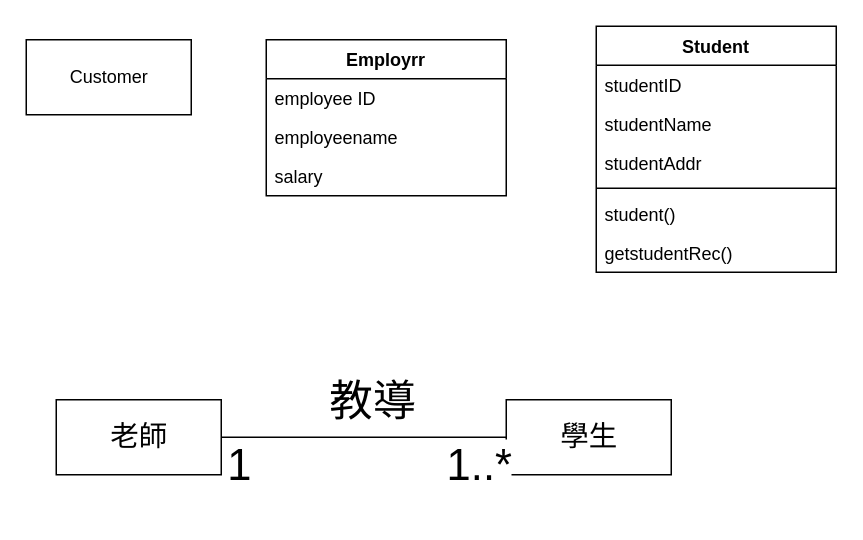
Above: a.drawio in 110111218/111-2QZ1 (draw.io), before the change. Source tidied: cells renumbered, new cells numbered last; positions are measured from the earlier drawing's top-left corner, leaving out a move shared by most shapes. Both pictures are drawn from the tidied source at 150%, with x=0, y=0 at pixel (26, 26).
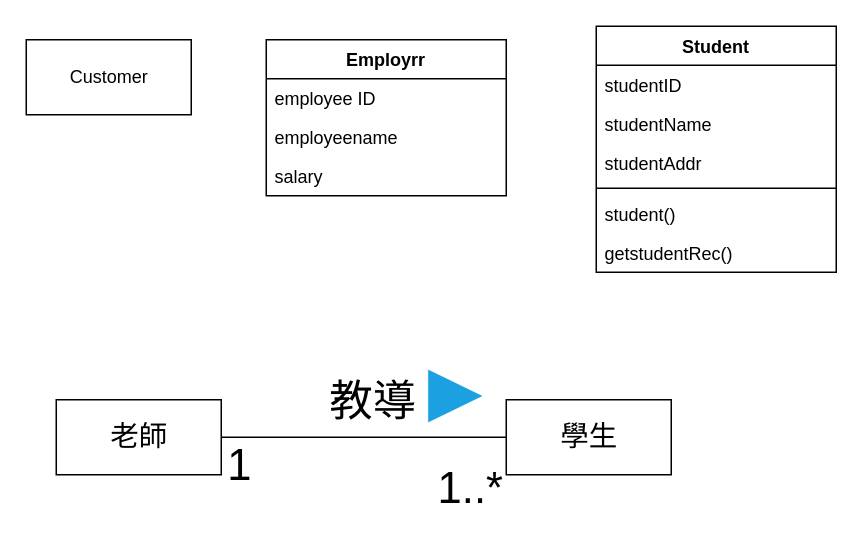
Above is the later version.

Diff of the diagram source:
```diff
@@
     <mxCell id="19" value="&lt;span style=&quot;font-size: 29px;&quot;&gt;1..*&lt;/span&gt;" style="edgeLabel;html=1;align=center;verticalAlign=middle;" parent="1" vertex="1">
-      <mxGeometry x="310" y="274" as="geometry">
+      <mxGeometry x="304" y="289" as="geometry">
         <mxPoint x="-9" y="18" as="offset" />
       </mxGeometry>
     </mxCell>
+    <mxCell id="20" style="triangle;whiteSpace=wrap;html=1;fontSize=19;fillColor=#1ba1e2;fontColor=#ffffff;strokeColor=#006EAF;strokeWidth=0;" parent="1" vertex="1">
+      <mxGeometry x="268" y="229" width="36" height="35" as="geometry" />
+    </mxCell>
```
